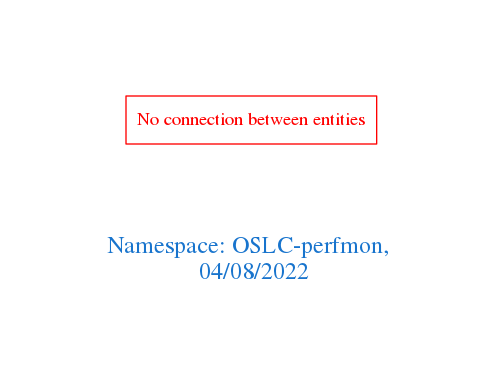
Earlier version of the Graphviz export downloads/OSLC-perfmon.png (arago/OGIT). Its source is kept beside it as downloads/OSLC-perfmon.dot.
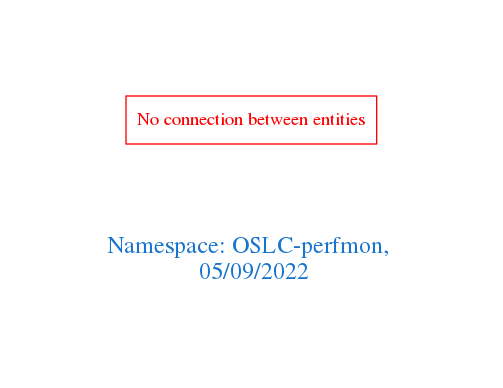
Above is the later version.

What changed in the source:
```diff
@@ -1,7 +1,7 @@
 digraph OGIT_ontology {
  graph [ rankdir= LR,pad=1
 fontsize = 18,
-fontcolor= dodgerblue3,label = "\n\n\nNamespace: OSLC-perfmon, \n 04/08/2022"];
+fontcolor= dodgerblue3,label = "\n\n\nNamespace: OSLC-perfmon, \n 05/09/2022"];
 node[shape=polygon];
 edge [  color="gray81"];
 
```
